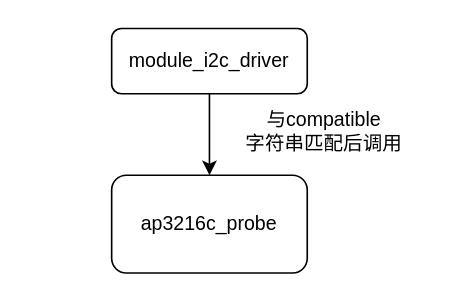
Above: 正点原子i2c_ap3216c.drawio in ppphs/linux_drowIO (draw.io), before the change. Source tidied: cells renumbered, new cells numbered last; positions are measured from the earlier drawing's top-left corner, leaving out a move shared by most shapes. Both pictures are drawn from the tidied source at 163%, with x=0, y=0 at pixel (111, 28).
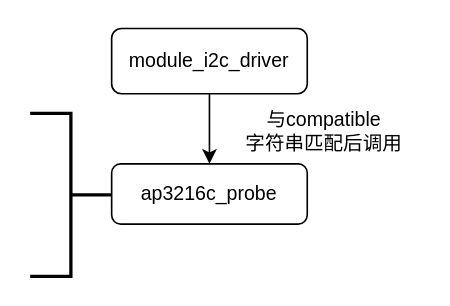
Above is the later version.

Commit message (it also covers changes not shown here):
更新正点原子i2c_ap3216c.drawio

What changed in the source:
```diff
@@
 <mxGraphModel>
   <root>
     <mxCell id="0" />
     <mxCell id="1" parent="0" />
     <mxCell id="2" style="edgeStyle=orthogonalEdgeStyle;rounded=0;jettySize=auto;html=1;" parent="1" edge="1" source="3" target="4">
       <mxGeometry relative="1" as="geometry" />
     </mxCell>
     <mxCell id="3" value="module_i2c_driver" style="rounded=1;whiteSpace=wrap;html=1;fontSize=12;glass=0;strokeWidth=1;shadow=0;" parent="1" vertex="1">
       <mxGeometry width="120" height="40" as="geometry" />
     </mxCell>
     <mxCell id="4" value="ap3216c_probe" style="whiteSpace=wrap;html=1;rounded=1;glass=0;strokeWidth=1;shadow=0;" parent="1" vertex="1">
-      <mxGeometry y="90" width="120" height="60" as="geometry" />
+      <mxGeometry y="83" width="120" height="37" as="geometry" />
     </mxCell>
     <mxCell id="5" value="与compatible&lt;br&gt;字符串匹配后调用" style="text;html=1;align=center;verticalAlign=middle;strokeColor=none;fillColor=none;" parent="1" vertex="1">
       <mxGeometry x="70" y="43" width="120" height="40" as="geometry" />
     </mxCell>
+    <mxCell id="6" style="strokeWidth=2;html=1;shape=mxgraph.flowchart.annotation_2;align=left;labelPosition=right;direction=west;" parent="1" vertex="1">
+      <mxGeometry x="-50" y="52" width="50" height="100" as="geometry" />
+    </mxCell>
   </root>
 </mxGraphModel>
```
